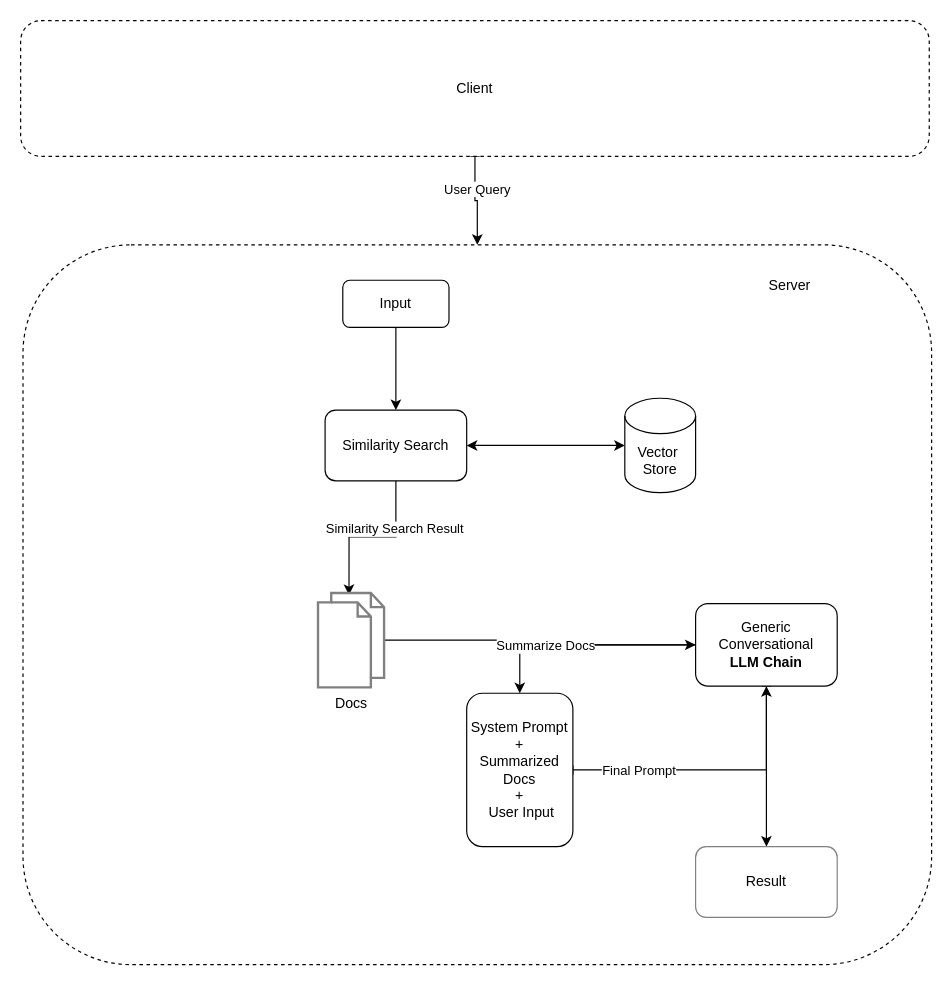
khursheed33/design-architectures keeps this draw.io diagram as LLM_Generic_Chain.drawio. Above is the earlier version. Source tidied: cells renumbered, new cells numbered last; positions are measured from the earlier drawing's top-left corner, leaving out a move shared by most shapes. Both pictures are drawn from the tidied source at 118%, with x=0, y=0 at pixel (20, 20).
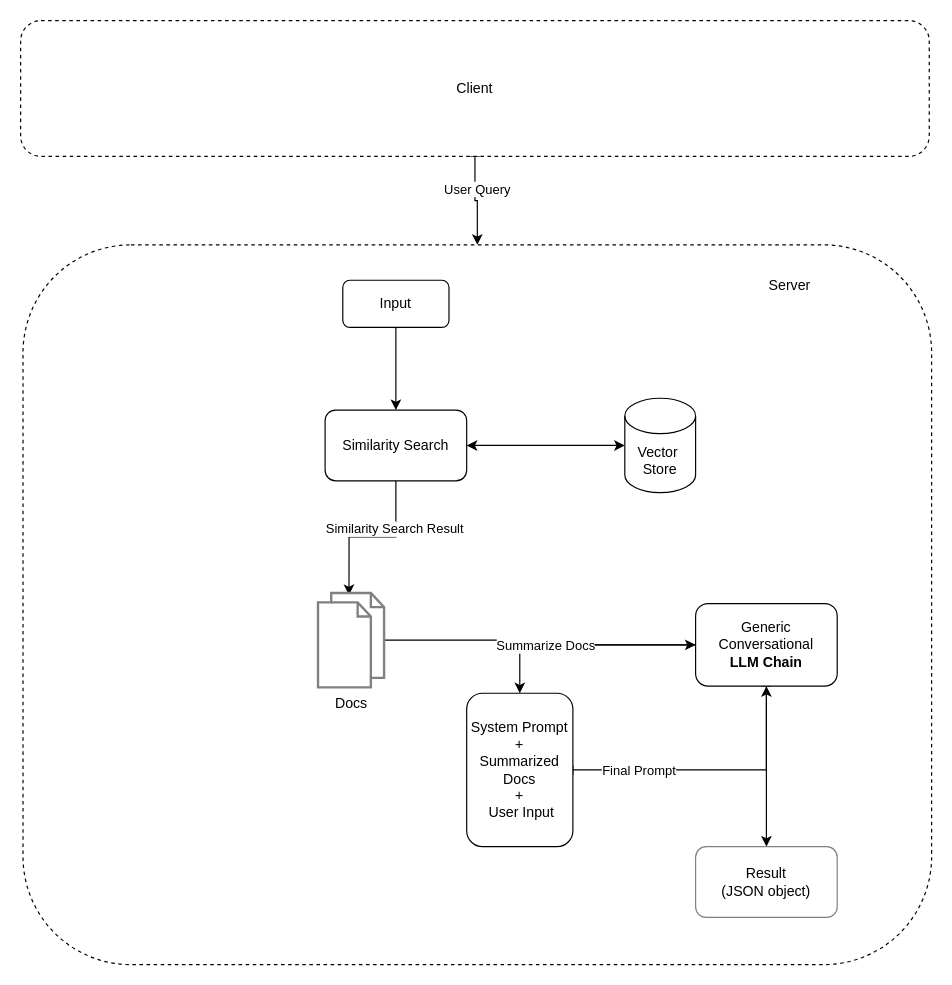
After the change.

Diff of the diagram source:
```diff
@@
-    <mxCell id="19" value="Result" style="rounded=1;whiteSpace=wrap;html=1;strokeColor=#808080;" parent="1" vertex="1">
+    <mxCell id="19" value="Result&lt;br&gt;(JSON object)" style="rounded=1;whiteSpace=wrap;html=1;strokeColor=#808080;" parent="1" vertex="1">
       <mxGeometry x="572" y="700" width="120" height="60" as="geometry" />
     </mxCell>
```
